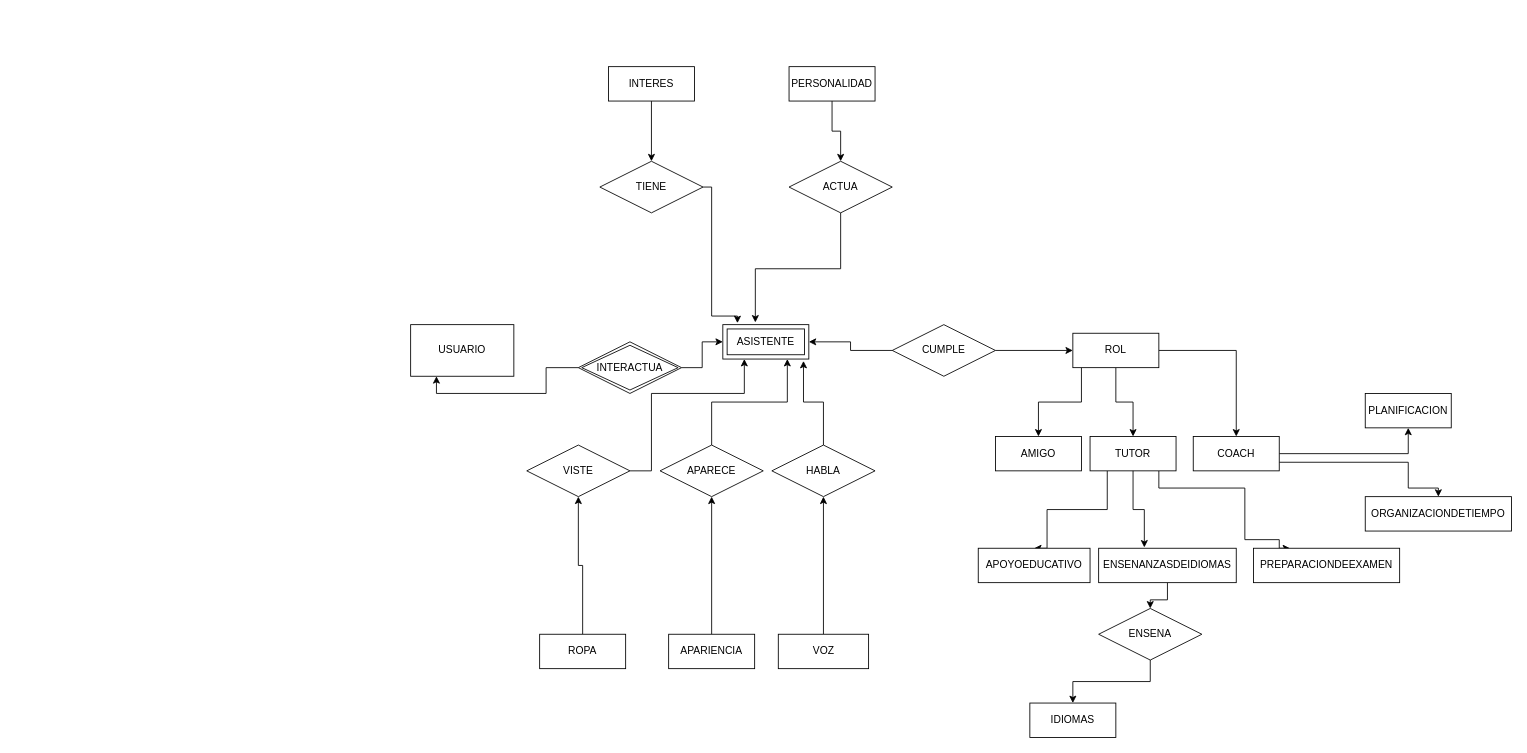
The draw.io diagram obligatorio1.drawio in MartinAlonsoo/ObligatorioBD1, before the edit. Source tidied: cells renumbered, new cells numbered last; positions are measured from the earlier drawing's top-left corner, leaving out a move shared by most shapes. Both pictures are drawn from the tidied source at 86%, with x=0, y=0 at pixel (410, 66).
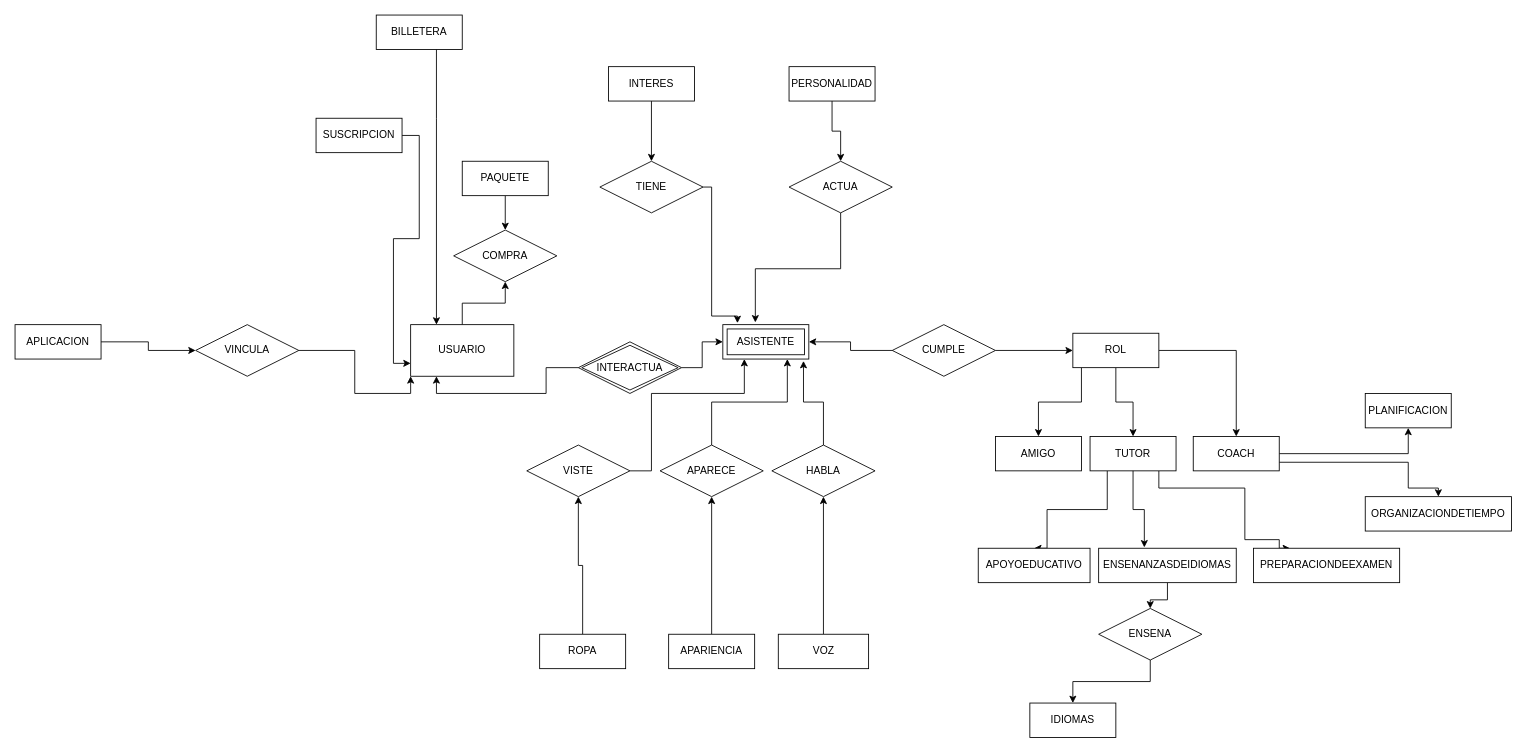
The same page after the edit.

The change refers to these unchanged cells:
```xml
<mxCell id="2" value="&lt;div&gt;USUARIO&lt;/div&gt;" style="rounded=0;whiteSpace=wrap;html=1;strokeColor=default;" parent="1" vertex="1">
  <mxGeometry y="300" width="120" height="60" as="geometry" />
</mxCell>
```

What changed in the source:
```diff
@@
+    <mxCell id="51" style="edgeStyle=orthogonalEdgeStyle;rounded=0;jettySize=auto;html=1;entryX=0.5;entryY=1;entryDx=0;entryDy=0;" parent="1" edge="1" source="2" target="58">
+      <mxGeometry relative="1" as="geometry" />
+    </mxCell>
@@
+    <mxCell id="52" style="edgeStyle=orthogonalEdgeStyle;rounded=0;jettySize=auto;html=1;entryX=0.25;entryY=0;entryDx=0;entryDy=0;" parent="1" edge="1" source="53" target="2">
+      <mxGeometry relative="1" as="geometry">
+        <Array as="points">
+          <mxPoint x="30" y="60" />
+          <mxPoint x="30" y="60" />
+        </Array>
+      </mxGeometry>
+    </mxCell>
+    <mxCell id="53" value="BILLETERA" style="whiteSpace=wrap;html=1;align=center;" parent="1" vertex="1">
+      <mxGeometry x="-40" y="-60" width="100" height="40" as="geometry" />
+    </mxCell>
+    <mxCell id="54" style="edgeStyle=orthogonalEdgeStyle;rounded=0;jettySize=auto;html=1;entryX=0;entryY=0.75;entryDx=0;entryDy=0;" parent="1" edge="1" source="55" target="2">
+      <mxGeometry relative="1" as="geometry" />
+    </mxCell>
+    <mxCell id="55" value="SUSCRIPCION" style="whiteSpace=wrap;html=1;align=center;" parent="1" vertex="1">
+      <mxGeometry x="-110" y="60" width="100" height="40" as="geometry" />
+    </mxCell>
+    <mxCell id="56" style="edgeStyle=orthogonalEdgeStyle;rounded=0;jettySize=auto;html=1;" parent="1" edge="1" source="57" target="58">
+      <mxGeometry relative="1" as="geometry" />
+    </mxCell>
+    <mxCell id="57" value="PAQUETE" style="whiteSpace=wrap;html=1;align=center;" parent="1" vertex="1">
+      <mxGeometry x="60" y="110" width="100" height="40" as="geometry" />
+    </mxCell>
+    <mxCell id="58" value="COMPRA" style="shape=rhombus;perimeter=rhombusPerimeter;whiteSpace=wrap;html=1;align=center;" parent="1" vertex="1">
+      <mxGeometry x="50" y="190" width="120" height="60" as="geometry" />
+    </mxCell>
+    <mxCell id="59" style="edgeStyle=orthogonalEdgeStyle;rounded=0;jettySize=auto;html=1;entryX=0;entryY=0.5;entryDx=0;entryDy=0;" parent="1" edge="1" source="60" target="62">
+      <mxGeometry relative="1" as="geometry" />
+    </mxCell>
+    <mxCell id="60" value="APLICACION" style="whiteSpace=wrap;html=1;align=center;" parent="1" vertex="1">
+      <mxGeometry x="-460" y="300" width="100" height="40" as="geometry" />
+    </mxCell>
+    <mxCell id="61" style="edgeStyle=orthogonalEdgeStyle;rounded=0;jettySize=auto;html=1;entryX=0;entryY=1;entryDx=0;entryDy=0;" parent="1" edge="1" source="62" target="2">
+      <mxGeometry relative="1" as="geometry" />
+    </mxCell>
+    <mxCell id="62" value="VINCULA" style="shape=rhombus;perimeter=rhombusPerimeter;whiteSpace=wrap;html=1;align=center;" parent="1" vertex="1">
+      <mxGeometry x="-250" y="300" width="120" height="60" as="geometry" />
+    </mxCell>
```
